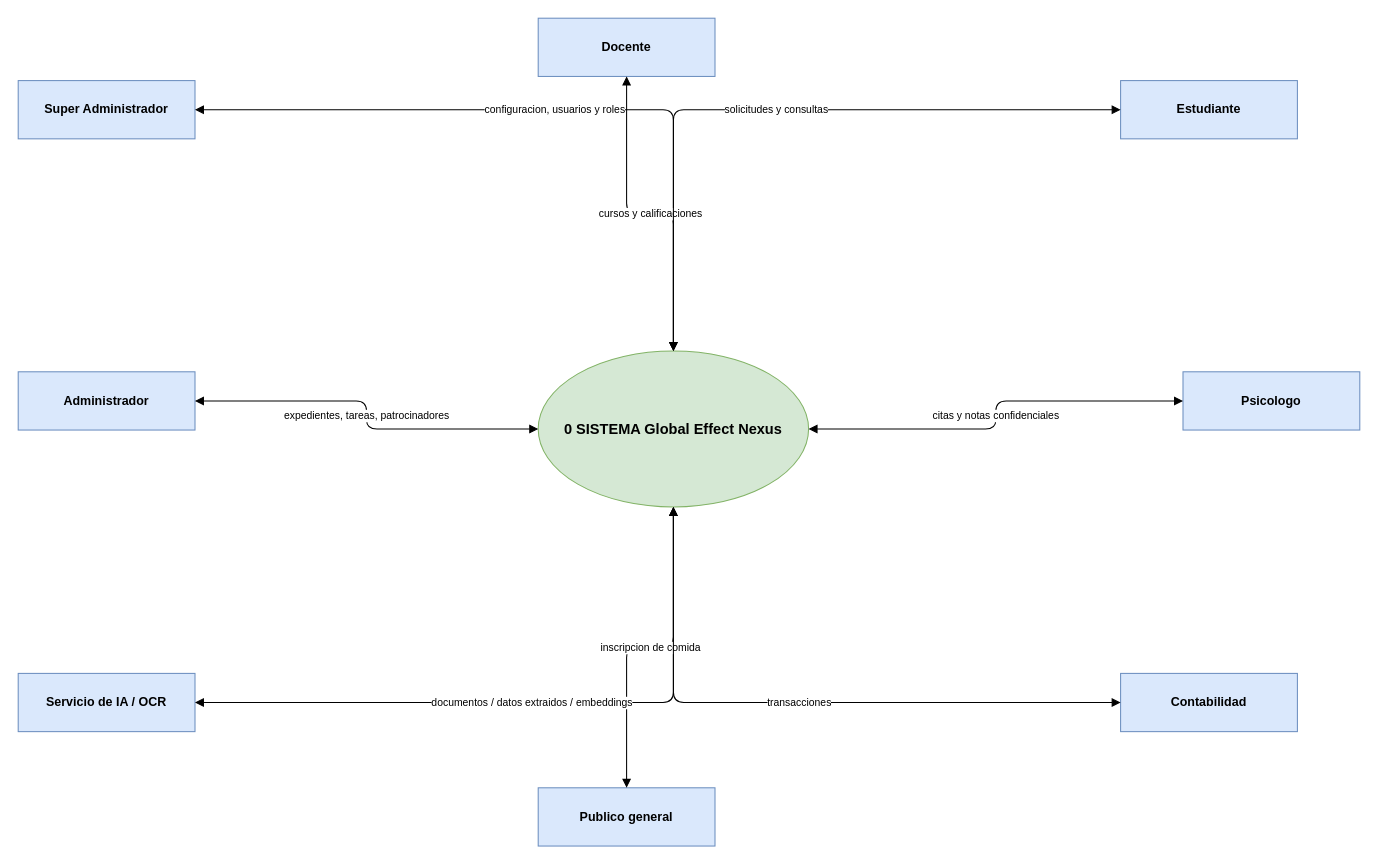
This is page "DFD Nivel 0 - Contexto" (1 of 5) of docs/04-modelo-de-datos/diagrama-flujo-datos.drawio from Dauris11/global-effect-nexus-v2, a draw.io file, before an edit. Source tidied: cells renumbered, new cells numbered last; positions are measured from the earlier drawing's top-left corner, leaving out a move shared by most shapes. Both pictures are drawn from the tidied source at 104%, with x=0, y=0 at pixel (18, 18).
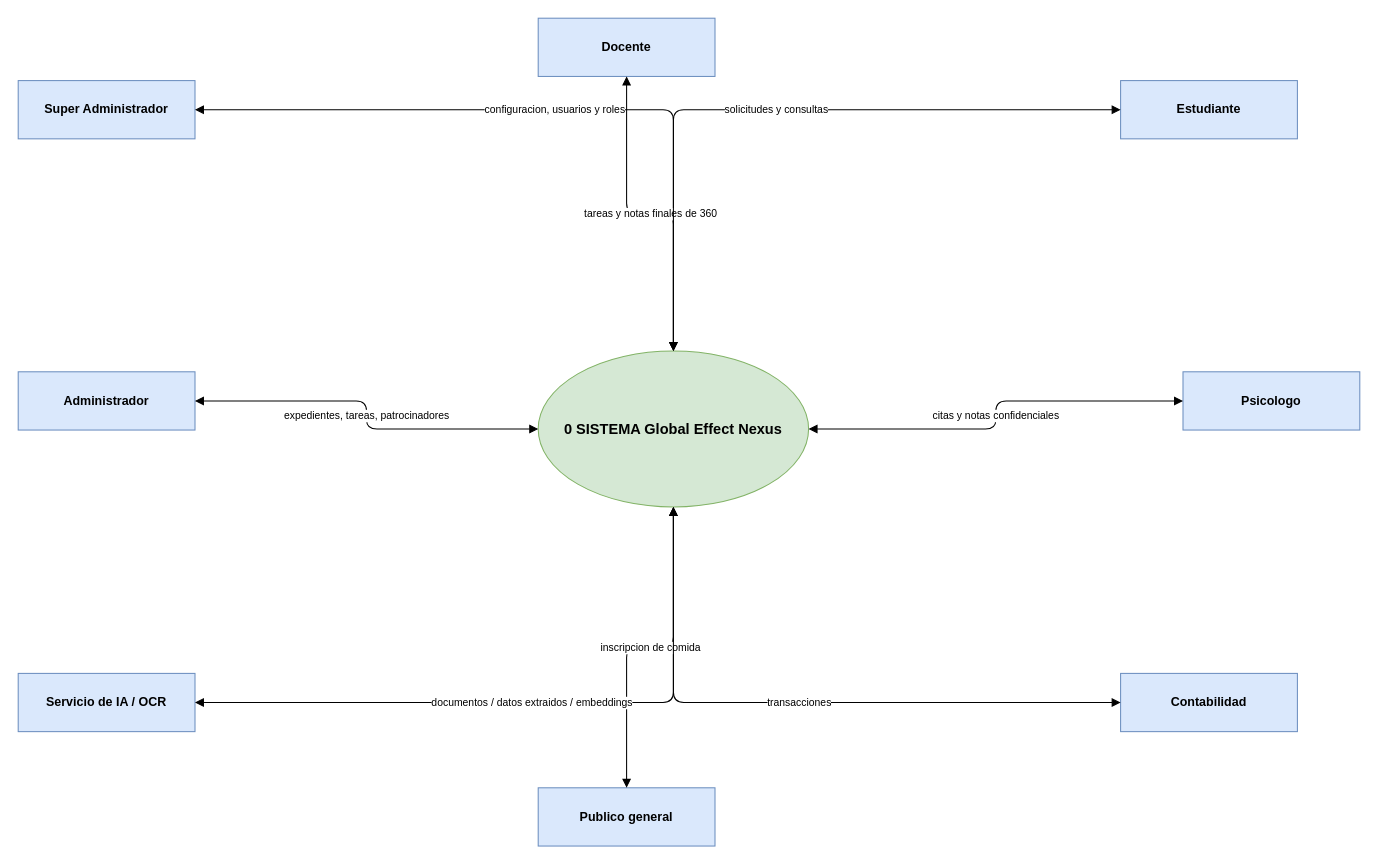
The same page after the edit.

The edit, as a diff of the source:
```diff
@@
 <mxGraphModel>
   <root>
     <mxCell id="0" />
     <mxCell id="1" parent="0" />
     <mxCell id="2" value="0 SISTEMA Global Effect Nexus" style="ellipse;whiteSpace=wrap;html=1;fillColor=#d5e8d4;strokeColor=#82b366;fontSize=14;fontStyle=1;" parent="1" vertex="1">
       <mxGeometry x="500" y="320" width="260" height="150" as="geometry" />
     </mxCell>
     <mxCell id="3" value="Super Administrador" style="rounded=0;whiteSpace=wrap;html=1;fillColor=#dae8fc;strokeColor=#6c8ebf;fontSize=12;fontStyle=1;" parent="1" vertex="1">
       <mxGeometry y="60" width="170" height="56" as="geometry" />
     </mxCell>
     <mxCell id="4" value="Administrador" style="rounded=0;whiteSpace=wrap;html=1;fillColor=#dae8fc;strokeColor=#6c8ebf;fontSize=12;fontStyle=1;" parent="1" vertex="1">
       <mxGeometry y="340" width="170" height="56" as="geometry" />
     </mxCell>
     <mxCell id="5" value="Docente" style="rounded=0;whiteSpace=wrap;html=1;fillColor=#dae8fc;strokeColor=#6c8ebf;fontSize=12;fontStyle=1;" parent="1" vertex="1">
       <mxGeometry x="500" width="170" height="56" as="geometry" />
     </mxCell>
     <mxCell id="6" value="Estudiante" style="rounded=0;whiteSpace=wrap;html=1;fillColor=#dae8fc;strokeColor=#6c8ebf;fontSize=12;fontStyle=1;" parent="1" vertex="1">
       <mxGeometry x="1060" y="60" width="170" height="56" as="geometry" />
     </mxCell>
     <mxCell id="7" value="Psicologo" style="rounded=0;whiteSpace=wrap;html=1;fillColor=#dae8fc;strokeColor=#6c8ebf;fontSize=12;fontStyle=1;" parent="1" vertex="1">
       <mxGeometry x="1120" y="340" width="170" height="56" as="geometry" />
     </mxCell>
     <mxCell id="8" value="Contabilidad" style="rounded=0;whiteSpace=wrap;html=1;fillColor=#dae8fc;strokeColor=#6c8ebf;fontSize=12;fontStyle=1;" parent="1" vertex="1">
       <mxGeometry x="1060" y="630" width="170" height="56" as="geometry" />
     </mxCell>
     <mxCell id="9" value="Publico general" style="rounded=0;whiteSpace=wrap;html=1;fillColor=#dae8fc;strokeColor=#6c8ebf;fontSize=12;fontStyle=1;" parent="1" vertex="1">
       <mxGeometry x="500" y="740" width="170" height="56" as="geometry" />
     </mxCell>
     <mxCell id="10" value="Servicio de IA / OCR" style="rounded=0;whiteSpace=wrap;html=1;fillColor=#dae8fc;strokeColor=#6c8ebf;fontSize=12;fontStyle=1;" parent="1" vertex="1">
       <mxGeometry y="630" width="170" height="56" as="geometry" />
     </mxCell>
     <mxCell id="11" value="configuracion, usuarios y roles" style="edgeStyle=orthogonalEdgeStyle;rounded=1;html=1;fontSize=10;startArrow=block;startFill=1;endArrow=block;endFill=1;" parent="1" edge="1" source="3" target="2">
       <mxGeometry relative="1" as="geometry" />
     </mxCell>
     <mxCell id="12" value="expedientes, tareas, patrocinadores" style="edgeStyle=orthogonalEdgeStyle;rounded=1;html=1;fontSize=10;startArrow=block;startFill=1;endArrow=block;endFill=1;" parent="1" edge="1" source="4" target="2">
       <mxGeometry relative="1" as="geometry" />
     </mxCell>
-    <mxCell id="13" value="cursos y calificaciones" style="edgeStyle=orthogonalEdgeStyle;rounded=1;html=1;fontSize=10;startArrow=block;startFill=1;endArrow=block;endFill=1;" parent="1" edge="1" source="5" target="2">
+    <mxCell id="13" value="tareas y notas finales de 360" style="edgeStyle=orthogonalEdgeStyle;rounded=1;html=1;fontSize=10;startArrow=block;startFill=1;endArrow=block;endFill=1;" parent="1" edge="1" source="5" target="2">
       <mxGeometry relative="1" as="geometry" />
     </mxCell>
     <mxCell id="14" value="solicitudes y consultas" style="edgeStyle=orthogonalEdgeStyle;rounded=1;html=1;fontSize=10;startArrow=block;startFill=1;endArrow=block;endFill=1;" parent="1" edge="1" source="6" target="2">
       <mxGeometry relative="1" as="geometry" />
     </mxCell>
     <mxCell id="15" value="citas y notas confidenciales" style="edgeStyle=orthogonalEdgeStyle;rounded=1;html=1;fontSize=10;startArrow=block;startFill=1;endArrow=block;endFill=1;" parent="1" edge="1" source="7" target="2">
       <mxGeometry relative="1" as="geometry" />
     </mxCell>
     <mxCell id="16" value="transacciones" style="edgeStyle=orthogonalEdgeStyle;rounded=1;html=1;fontSize=10;startArrow=block;startFill=1;endArrow=block;endFill=1;" parent="1" edge="1" source="8" target="2">
       <mxGeometry relative="1" as="geometry" />
     </mxCell>
     <mxCell id="17" value="inscripcion de comida" style="edgeStyle=orthogonalEdgeStyle;rounded=1;html=1;fontSize=10;startArrow=block;startFill=1;endArrow=block;endFill=1;" parent="1" edge="1" source="9" target="2">
       <mxGeometry relative="1" as="geometry" />
     </mxCell>
     <mxCell id="18" value="documentos / datos extraidos / embeddings" style="edgeStyle=orthogonalEdgeStyle;rounded=1;html=1;fontSize=10;startArrow=block;startFill=1;endArrow=block;endFill=1;" parent="1" edge="1" source="10" target="2">
       <mxGeometry relative="1" as="geometry" />
     </mxCell>
   </root>
 </mxGraphModel>
```
